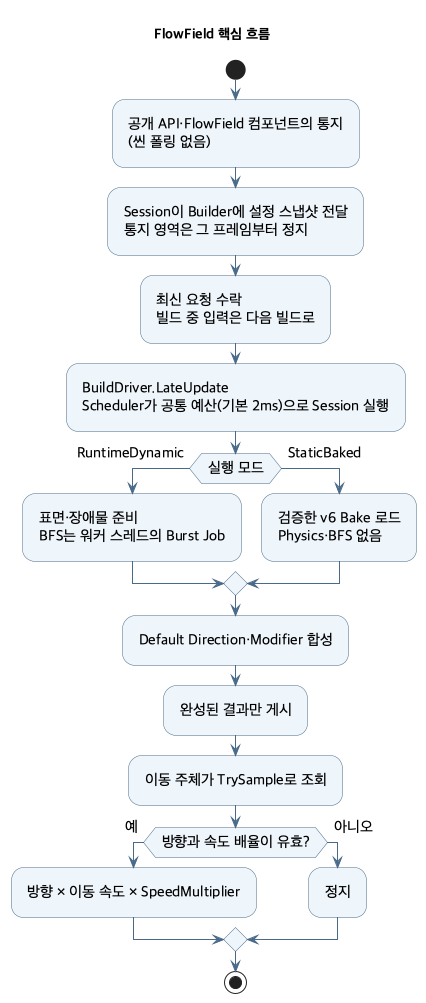
Earlier version of the PlantUML export ToyProject/Assets/_FlowField/Docs/Images/flowfield-uml.png (youwonsock/tool-unity-editor).
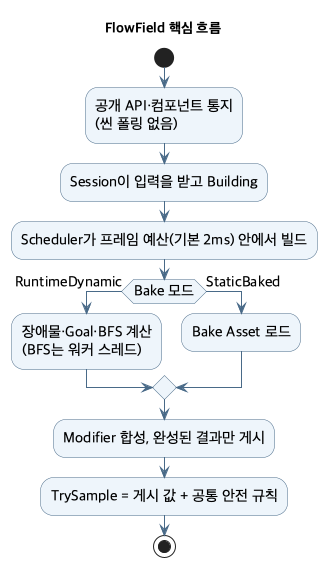
Above is the later version.

The edit, as a diff of the source:
```diff
@@ -3,28 +3,22 @@
 skinparam defaultFontName "Apple SD Gothic Neo"
 skinparam defaultFontSize 15
 skinparam ArrowColor #496A88
-skinparam Padding 6
-skinparam activityBackgroundColor #EEF5FB
-skinparam activityBorderColor #496A88
+skinparam ActivityBackgroundColor #EEF5FB
+skinparam ActivityBorderColor #496A88
+skinparam ActivityDiamondBackgroundColor #EEF5FB
+skinparam ActivityDiamondBorderColor #496A88
 title FlowField 핵심 흐름
 
 start
-:공개 API·FlowField 컴포넌트의 통지\n(씬 폴링 없음);
-:Session이 Builder에 설정 스냅샷 전달\n통지 영역은 그 프레임부터 정지;
-:최신 요청 수락\n빌드 중 입력은 다음 빌드로;
-:BuildDriver.LateUpdate\nScheduler가 공통 예산(기본 2ms)으로 Session 실행;
-if (실행 모드) then (RuntimeDynamic)
-  :표면·장애물 준비\nBFS는 워커 스레드의 Burst Job;
+:공개 API·컴포넌트 통지\n(씬 폴링 없음);
+:Session이 입력을 받고 Building;
+:Scheduler가 프레임 예산(기본 2ms) 안에서 빌드;
+if (Bake 모드) then (RuntimeDynamic)
+  :장애물·Goal·BFS 계산\n(BFS는 워커 스레드);
 else (StaticBaked)
-  :검증한 v6 Bake 로드\nPhysics·BFS 없음;
+  :Bake Asset 로드;
 endif
-:Default Direction·Modifier 합성;
-:완성된 결과만 게시;
-:이동 주체가 TrySample로 조회;
-if (방향과 속도 배율이 유효?) then (예)
-  :방향 × 이동 속도 × SpeedMultiplier;
-else (아니오)
-  :정지;
-endif
+:Modifier 합성, 완성된 결과만 게시;
+:TrySample = 게시 값 + 공통 안전 규칙;
 stop
 @enduml
```
